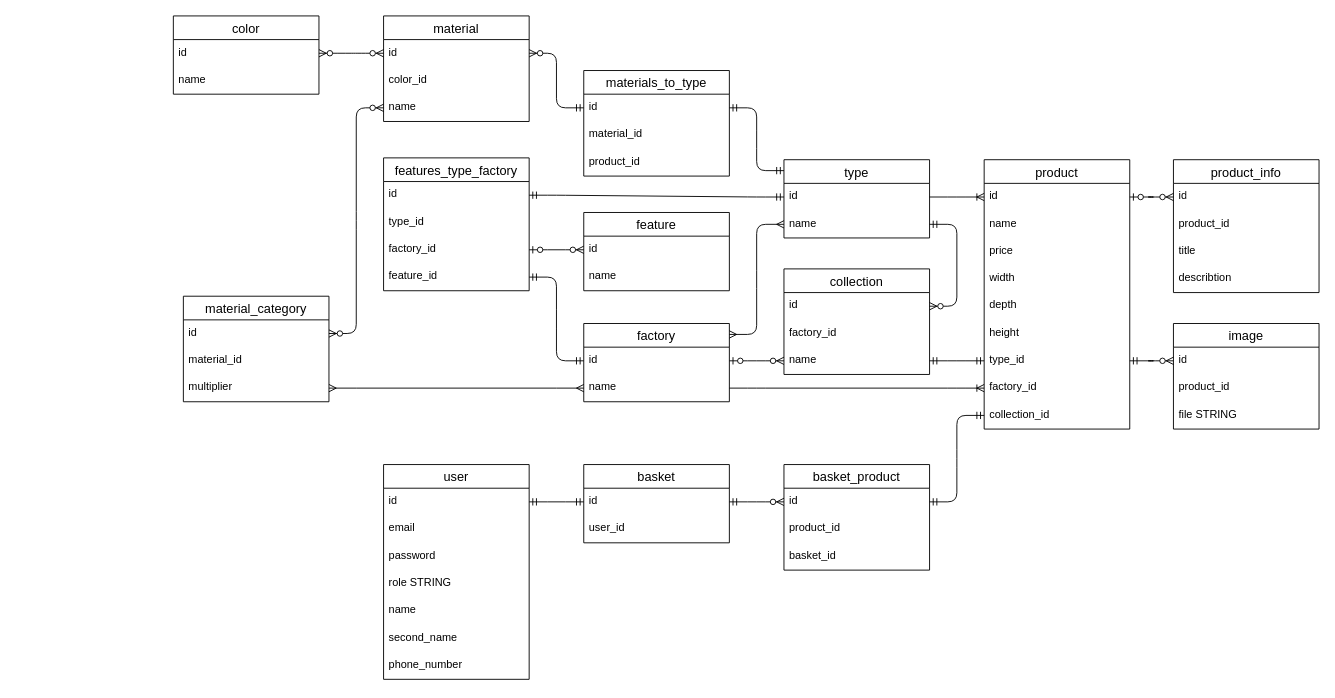
Before: DB-riazanov-shop.drawio in Ingwaruz/riazanov-mebel-shop, a draw.io diagram. Source tidied: cells renumbered, new cells numbered last; positions are measured from the earlier drawing's top-left corner, leaving out a move shared by most shapes. Both pictures are drawn from the tidied source at 91%, with x=0, y=0 at pixel (173, 15).
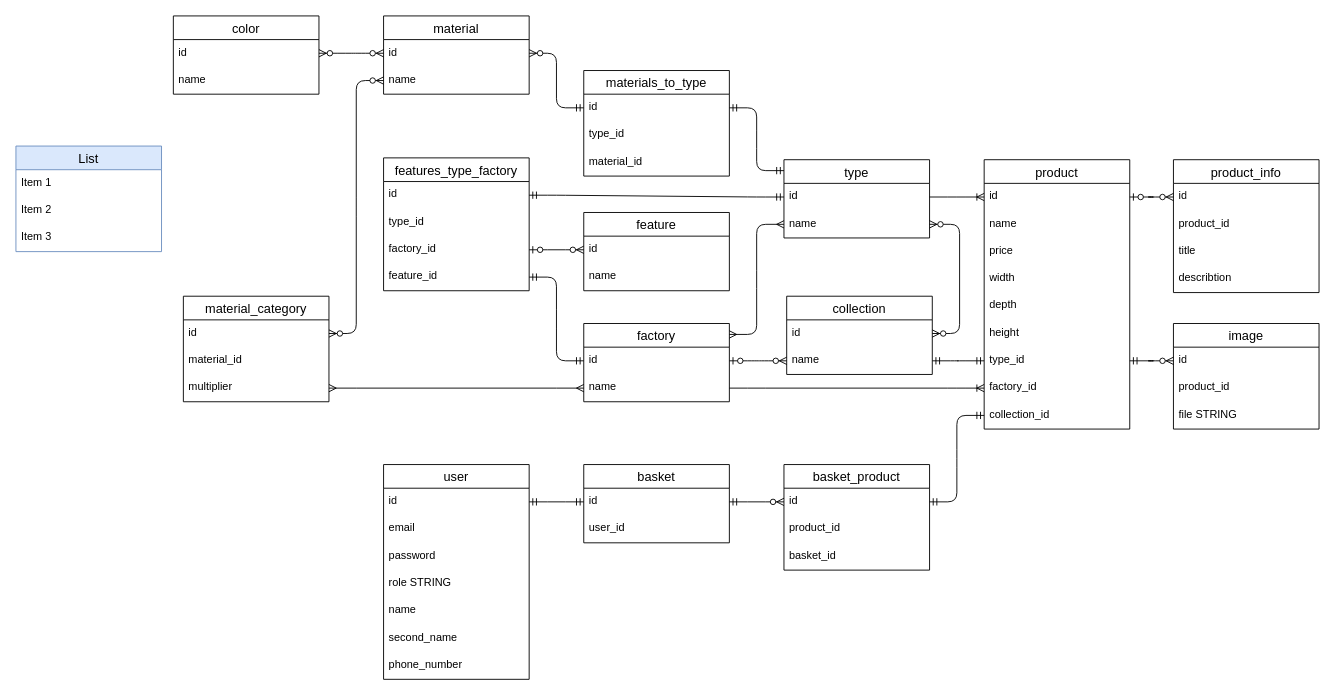
The same page after the edit.

The change refers to these unchanged cells:
```xml
<mxCell id="28" value="name" style="text;strokeColor=none;fillColor=none;spacingLeft=4;spacingRight=4;overflow=hidden;points=[[0,0.5],[1,0.5]];portConstraint=eastwest;fontSize=12;whiteSpace=wrap;html=1;" parent="26" vertex="1">
  <mxGeometry y="56" width="160" height="30" as="geometry" />
</mxCell>
<mxCell id="42" value="id" style="text;strokeColor=none;fillColor=none;spacingLeft=4;spacingRight=4;overflow=hidden;points=[[0,0.5],[1,0.5]];portConstraint=eastwest;fontSize=12;whiteSpace=wrap;html=1;" parent="41" vertex="1">
  <mxGeometry y="26" width="160" height="30" as="geometry" />
</mxCell>
<mxCell id="52" value="materials_to_type" style="swimlane;fontStyle=0;horizontal=1;startSize=26;align=center;fontSize=14;" parent="1" vertex="1">
  <mxGeometry x="451" y="60" width="160" height="116" as="geometry" />
</mxCell>
```

Diff of the diagram source:
```diff
@@
     <mxCell id="41" value="collection" style="swimlane;fontStyle=0;horizontal=1;startSize=26;align=center;fontSize=14;" parent="1" vertex="1">
-      <mxGeometry x="671" y="278" width="160" height="116" as="geometry" />
+      <mxGeometry x="674" y="308" width="160" height="86" as="geometry" />
     </mxCell>
@@
-    <mxCell id="43" value="factory_id" style="text;strokeColor=none;fillColor=none;spacingLeft=4;spacingRight=4;overflow=hidden;fontSize=12;whiteSpace=wrap;html=1;" parent="41" vertex="1">
-      <mxGeometry y="56" width="160" height="30" as="geometry" />
-    </mxCell>
     <mxCell id="44" value="name" style="text;strokeColor=none;fillColor=none;spacingLeft=4;spacingRight=4;overflow=hidden;points=[[0,0.5],[1,0.5]];portConstraint=eastwest;fontSize=12;whiteSpace=wrap;html=1;" parent="41" vertex="1">
-      <mxGeometry y="86" width="160" height="30" as="geometry" />
+      <mxGeometry y="56" width="160" height="30" as="geometry" />
     </mxCell>
@@
     <mxCell id="48" value="material" style="swimlane;fontStyle=0;horizontal=1;startSize=26;align=center;fontSize=14;" parent="1" vertex="1">
-      <mxGeometry x="231" width="160" height="116" as="geometry" />
+      <mxGeometry x="231" width="160" height="86" as="geometry" />
     </mxCell>
@@
-    <mxCell id="50" value="color_id" style="text;strokeColor=none;fillColor=none;spacingLeft=4;spacingRight=4;overflow=hidden;fontSize=12;whiteSpace=wrap;html=1;" parent="48" vertex="1">
-      <mxGeometry y="56" width="160" height="30" as="geometry" />
-    </mxCell>
     <mxCell id="51" value="name" style="text;strokeColor=none;fillColor=none;spacingLeft=4;spacingRight=4;overflow=hidden;points=[[0,0.5],[1,0.5]];portConstraint=eastwest;fontSize=12;whiteSpace=wrap;html=1;" parent="48" vertex="1">
-      <mxGeometry y="86" width="160" height="30" as="geometry" />
+      <mxGeometry y="56" width="160" height="30" as="geometry" />
     </mxCell>
@@
-    <mxCell id="54" value="material_id" style="text;strokeColor=none;fillColor=none;spacingLeft=4;spacingRight=4;overflow=hidden;fontSize=12;whiteSpace=wrap;html=1;" parent="52" vertex="1">
+    <mxCell id="54" value="type_id" style="text;strokeColor=none;fillColor=none;spacingLeft=4;spacingRight=4;overflow=hidden;fontSize=12;whiteSpace=wrap;html=1;" parent="52" vertex="1">
       <mxGeometry y="56" width="160" height="30" as="geometry" />
     </mxCell>
-    <mxCell id="55" value="product_id" style="text;strokeColor=none;fillColor=none;spacingLeft=4;spacingRight=4;overflow=hidden;fontSize=12;whiteSpace=wrap;html=1;" parent="52" vertex="1">
+    <mxCell id="55" value="material_id" style="text;strokeColor=none;fillColor=none;spacingLeft=4;spacingRight=4;overflow=hidden;fontSize=12;whiteSpace=wrap;html=1;" parent="52" vertex="1">
       <mxGeometry y="86" width="160" height="30" as="geometry" />
     </mxCell>
@@
-    <mxCell id="83" style="edgeStyle=entityRelationEdgeStyle;fontSize=12;html=1;endArrow=ERzeroToMany;startArrow=ERmandOne;rounded=1;curved=0;" parent="1" edge="1" source="28" target="42">
-      <mxGeometry relative="1" as="geometry" />
-    </mxCell>
@@
+    <mxCell id="88" style="edgeStyle=entityRelationEdgeStyle;fontSize=12;html=1;endArrow=ERzeroToMany;endFill=1;startArrow=ERzeroToMany;rounded=1;curved=0;" parent="1" edge="1" source="42" target="28">
+      <mxGeometry relative="1" as="geometry" />
+    </mxCell>
+    <mxCell id="89" value="List" style="swimlane;fontStyle=0;horizontal=1;startSize=26;align=center;fontSize=14;fillColor=#dae8fc;strokeColor=#6c8ebf;" parent="1" vertex="1">
+      <mxGeometry x="-173" y="143" width="160" height="116" as="geometry" />
+    </mxCell>
+    <mxCell id="90" value="Item 1" style="text;strokeColor=none;fillColor=none;spacingLeft=4;spacingRight=4;overflow=hidden;fontSize=12;whiteSpace=wrap;html=1;" parent="89" vertex="1">
+      <mxGeometry y="26" width="160" height="30" as="geometry" />
+    </mxCell>
+    <mxCell id="91" value="Item 2" style="text;strokeColor=none;fillColor=none;spacingLeft=4;spacingRight=4;overflow=hidden;fontSize=12;whiteSpace=wrap;html=1;" parent="89" vertex="1">
+      <mxGeometry y="56" width="160" height="30" as="geometry" />
+    </mxCell>
+    <mxCell id="92" value="Item 3" style="text;strokeColor=none;fillColor=none;spacingLeft=4;spacingRight=4;overflow=hidden;fontSize=12;whiteSpace=wrap;html=1;" parent="89" vertex="1">
+      <mxGeometry y="86" width="160" height="30" as="geometry" />
+    </mxCell>
```
